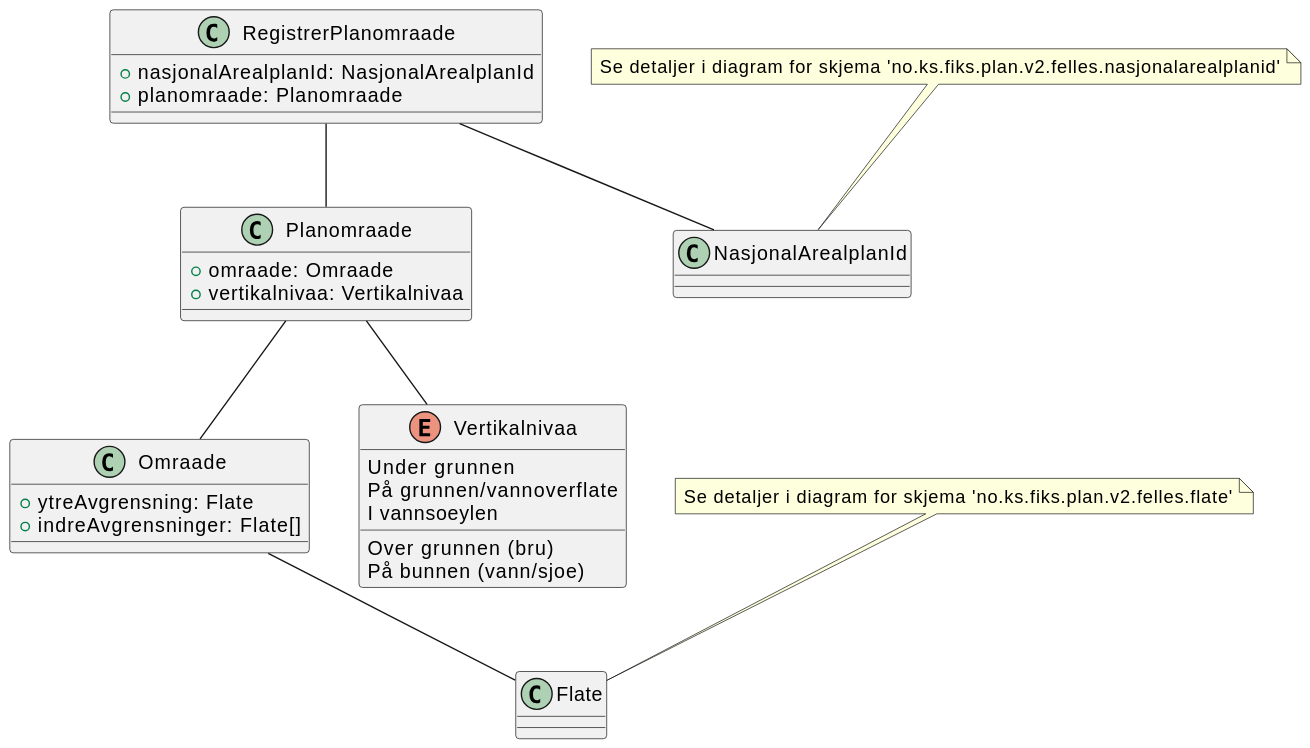
ks-no/fiks-plan-specification keeps this PlantUML diagram as Dokumentasjon/V2/ClassDiagrams/no.ks.fiks.plan.v2.oppdatering.planomraade.registrer/planomraade-registrer.svg. Above is the earlier version. Its diagram source:
```plantuml
@startuml
class RegistrerPlanomraade {
    +nasjonalArealplanId: NasjonalArealplanId
    +planomraade: Planomraade
}

class Planomraade {
    +omraade: Omraade
    +vertikalnivaa: Vertikalnivaa
}

class Omraade {
    +ytreAvgrensning: Flate
    +indreAvgrensninger: Flate[]
}

enum Vertikalnivaa {
    Under grunnen
    På grunnen/vannoverflate
    Over grunnen (bru)
    På bunnen (vann/sjoe)
    I vannsoeylen
}

RegistrerPlanomraade -- Planomraade
RegistrerPlanomraade -- NasjonalArealplanId
Planomraade -- Omraade
Planomraade -- Vertikalnivaa
Omraade -- Flate

note top of Flate : Se detaljer i diagram for skjema 'no.ks.fiks.plan.v2.felles.flate'
note top of NasjonalArealplanId : Se detaljer i diagram for skjema 'no.ks.fiks.plan.v2.felles.nasjonalarealplanid'
@enduml
```
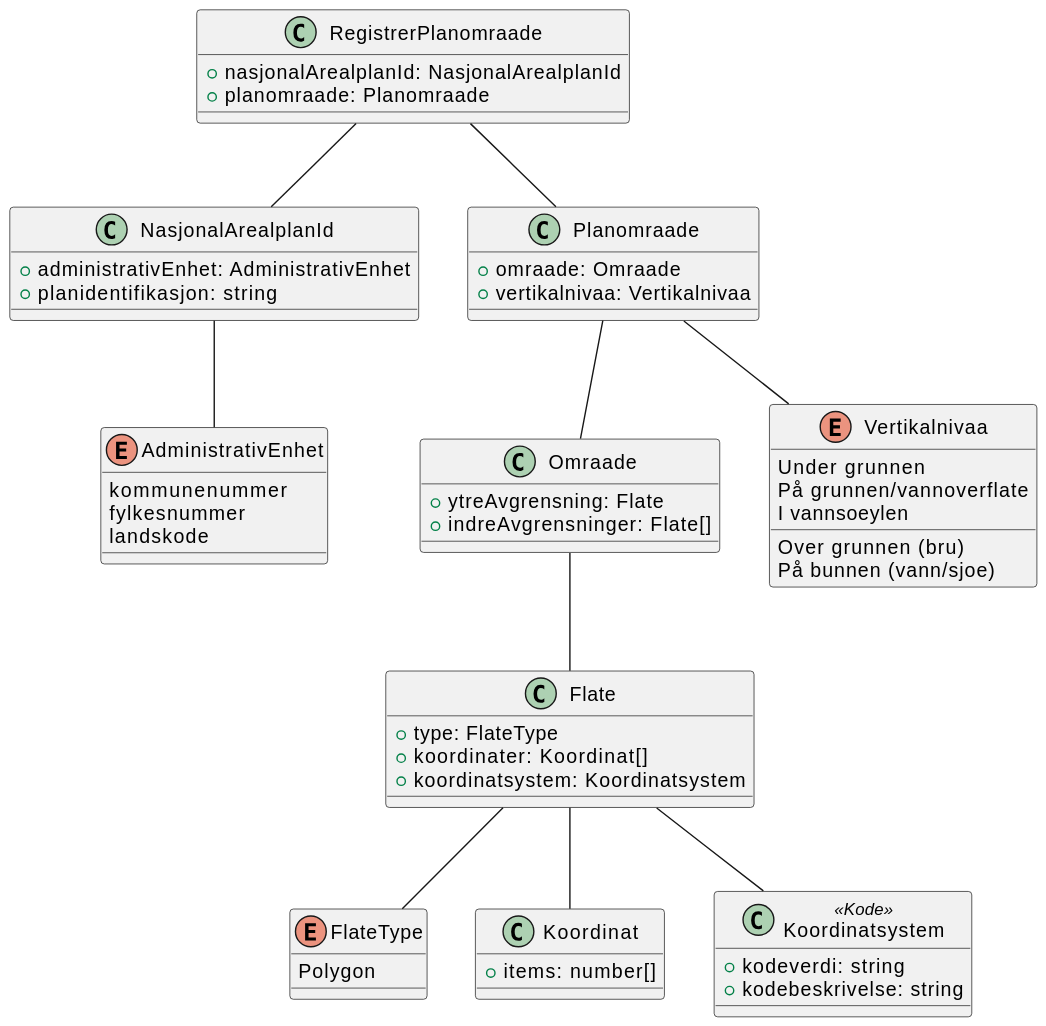
Later version of the same file.

The edit, as a diff of the source:
```diff
@@ -1,4 +1,7 @@
 @startuml
+!include ./../no.ks.fiks.plan.v2.felles.flate/flate.pu
+!include ./../no.ks.fiks.plan.v2.felles.nasjonalarealplanid/nasjonalarealplanid.pu
+
 class RegistrerPlanomraade {
     +nasjonalArealplanId: NasjonalArealplanId
     +planomraade: Planomraade
@@ -27,7 +30,4 @@
 Planomraade -- Omraade
 Planomraade -- Vertikalnivaa
 Omraade -- Flate
-
-note top of Flate : Se detaljer i diagram for skjema 'no.ks.fiks.plan.v2.felles.flate'
-note top of NasjonalArealplanId : Se detaljer i diagram for skjema 'no.ks.fiks.plan.v2.felles.nasjonalarealplanid'
 @enduml
```
